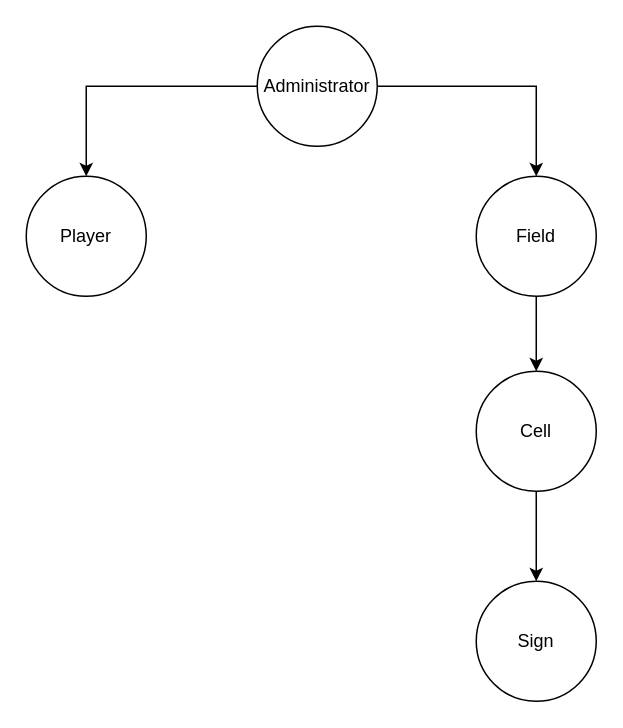
This is src/main/java/XO.drawio from Darklight1985/job4j_design, a draw.io file, before an edit. Source tidied: cells renumbered, new cells numbered last; positions are measured from the earlier drawing's top-left corner, leaving out a move shared by most shapes. Both pictures are drawn from the tidied source at 150%, with x=0, y=0 at pixel (26, 26).
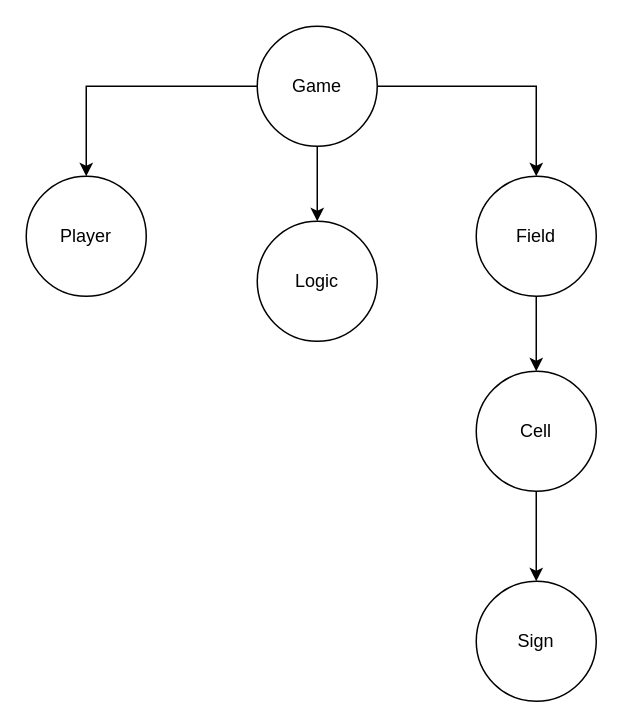
The same page after the edit.

Change to the diagram source:
```diff
@@
 <mxGraphModel>
   <root>
     <mxCell id="0" />
     <mxCell id="1" parent="0" />
-    <mxCell id="2" value="Administrator" style="ellipse;whiteSpace=wrap;html=1;" parent="1" vertex="1">
+    <mxCell id="2" value="Game" style="ellipse;whiteSpace=wrap;html=1;" parent="1" vertex="1">
       <mxGeometry x="154" width="80" height="80" as="geometry" />
     </mxCell>
     <mxCell id="3" value="Player" style="ellipse;whiteSpace=wrap;html=1;" parent="1" vertex="1">
       <mxGeometry y="100" width="80" height="80" as="geometry" />
     </mxCell>
     <mxCell id="4" style="endArrow=classic;html=1;rounded=0;entryX=0.5;entryY=0;entryDx=0;entryDy=0;exitX=0;exitY=0.5;exitDx=0;exitDy=0;" parent="1" edge="1" source="2" target="3">
       <mxGeometry relative="1" as="geometry">
         <Array as="points">
           <mxPoint x="40" y="40" />
         </Array>
       </mxGeometry>
     </mxCell>
     <mxCell id="5" value="Field" style="ellipse;whiteSpace=wrap;html=1;" parent="1" vertex="1">
       <mxGeometry x="300" y="100" width="80" height="80" as="geometry" />
     </mxCell>
     <mxCell id="6" value="Cell" style="ellipse;whiteSpace=wrap;html=1;" parent="1" vertex="1">
       <mxGeometry x="300" y="230" width="80" height="80" as="geometry" />
     </mxCell>
     <mxCell id="7" style="endArrow=classic;html=1;rounded=0;exitX=1;exitY=0.5;exitDx=0;exitDy=0;entryX=0.5;entryY=0;entryDx=0;entryDy=0;" parent="1" edge="1" source="2" target="5">
       <mxGeometry relative="1" as="geometry">
         <Array as="points">
           <mxPoint x="340" y="40" />
         </Array>
       </mxGeometry>
     </mxCell>
     <mxCell id="8" style="endArrow=classic;html=1;rounded=0;exitX=0.5;exitY=1;exitDx=0;exitDy=0;entryX=0.5;entryY=0;entryDx=0;entryDy=0;" parent="1" edge="1" source="5" target="6">
       <mxGeometry relative="1" as="geometry" />
     </mxCell>
     <mxCell id="9" value="Sign" style="ellipse;whiteSpace=wrap;html=1;" parent="1" vertex="1">
       <mxGeometry x="300" y="370" width="80" height="80" as="geometry" />
     </mxCell>
     <mxCell id="10" style="endArrow=classic;html=1;rounded=0;exitX=0.5;exitY=1;exitDx=0;exitDy=0;entryX=0.5;entryY=0;entryDx=0;entryDy=0;" parent="1" edge="1" source="6" target="9">
       <mxGeometry relative="1" as="geometry" />
     </mxCell>
+    <mxCell id="11" value="Logic" style="ellipse;whiteSpace=wrap;html=1;" parent="1" vertex="1">
+      <mxGeometry x="154" y="130" width="80" height="80" as="geometry" />
+    </mxCell>
+    <mxCell id="12" style="endArrow=classic;html=1;rounded=0;exitX=0.5;exitY=1;exitDx=0;exitDy=0;entryX=0.5;entryY=0;entryDx=0;entryDy=0;" parent="1" edge="1" source="2" target="11">
+      <mxGeometry relative="1" as="geometry" />
+    </mxCell>
   </root>
 </mxGraphModel>
```
